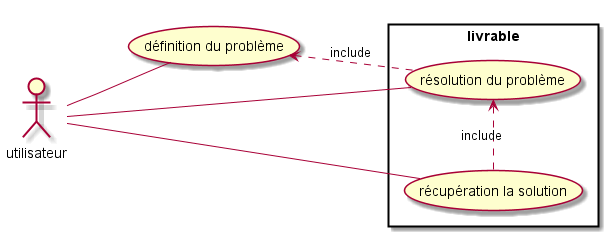
Earlier version of the PlantUML export rapport/parts/description_generale/use_cases.png (JHilleri/projet_recherche_developpement). Its diagram source:
```plantuml
@startuml
left to right direction
skinparam packageStyle rectangle
actor utilisateur as user
usecase (définition du problème) as define
user -down-  define

rectangle livrable {
    usecase (résolution du problème) as resolve
    usecase (récupération la solution) as get_solution

    user -- resolve
    resolve .left.>  define : include
    user -- get_solution
    get_solution .> resolve : include
}
@enduml
```
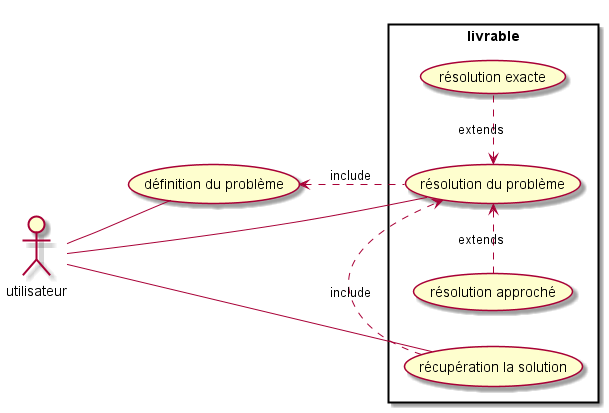
Above is the later version.

Commit message:
description generale

The edit, as a diff of the source:
```diff
@@ -7,10 +7,14 @@
 
 rectangle livrable {
     usecase (résolution du problème) as resolve
+    usecase (résolution exacte) as exact
+    usecase (résolution approché) as heuristique
     usecase (récupération la solution) as get_solution
 
     user -- resolve
     resolve .left.>  define : include
+    exact .left.> resolve : extends
+    heuristique .> resolve : extends
     user -- get_solution
     get_solution .> resolve : include
 }
```
